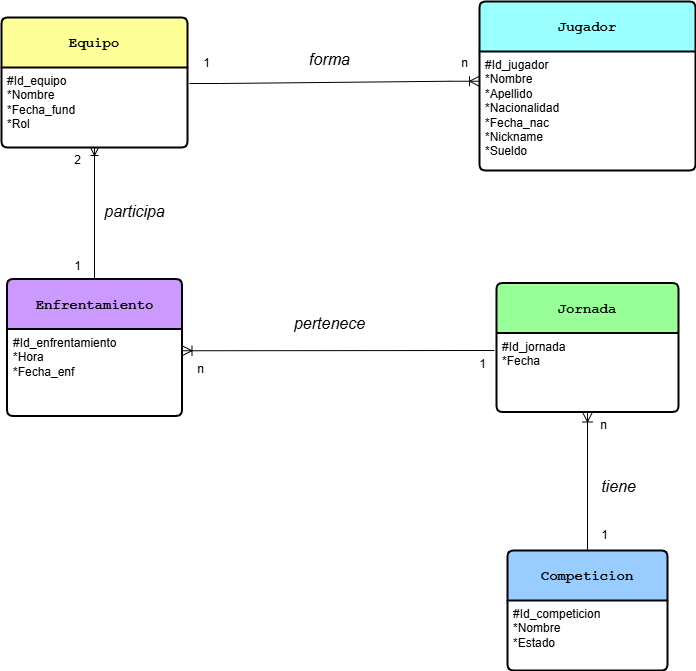
Earlier version of the draw.io export Base de datos/MER.png (EquipoDFIID/Fase3). Source tidied: cells renumbered, new cells last; positions are measured from the earlier drawing's top-left corner, leaving out a move shared by most shapes.
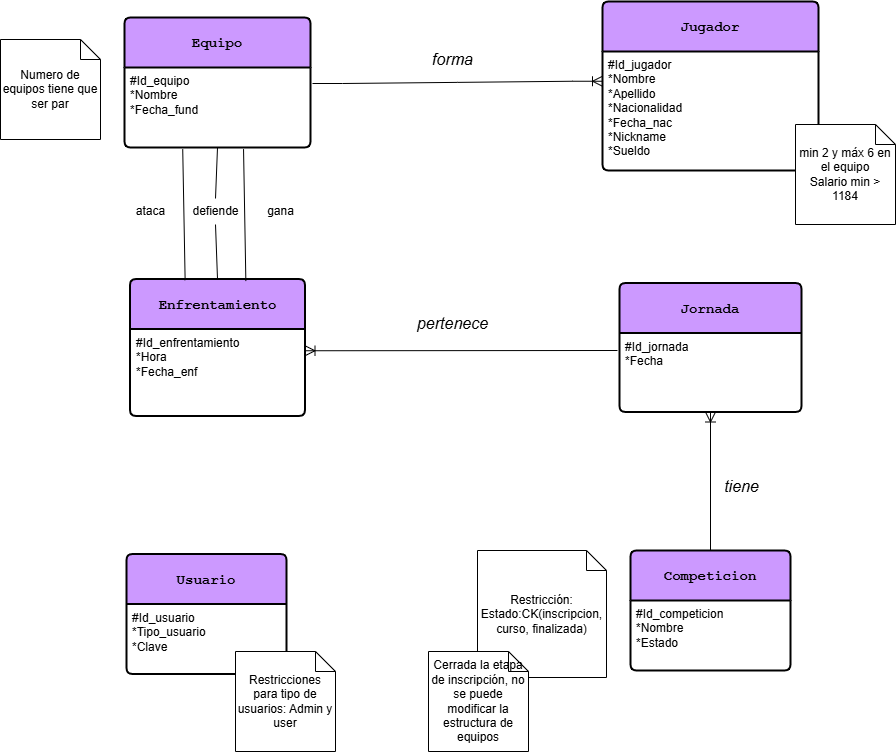
The same diagram one commit later.

Commit message:
Modificación del MER y ER

Subo el MER y el ER correctos.

The edit, as a diff of the source:
```diff
@@ -2,7 +2,7 @@
   <root>
     <mxCell id="0" />
     <mxCell id="1" parent="0" />
-    <mxCell id="2" value="&lt;font face=&quot;Courier New&quot;&gt;&lt;b&gt;Jugador&lt;/b&gt;&lt;/font&gt;" style="swimlane;horizontal=1;startSize=50;rounded=1;fontSize=14;fontStyle=0;strokeWidth=2;shadow=0;dashed=0;align=center;arcSize=4;whiteSpace=wrap;html=1;fillColor=#99FFFF;" parent="1" vertex="1">
+    <mxCell id="2" value="&lt;font face=&quot;Courier New&quot;&gt;&lt;b&gt;Jugador&lt;/b&gt;&lt;/font&gt;" style="swimlane;horizontal=1;startSize=50;rounded=1;fontSize=14;fontStyle=0;strokeWidth=2;shadow=0;dashed=0;align=center;arcSize=4;whiteSpace=wrap;html=1;fillColor=#CC99FF;" parent="1" vertex="1">
       <mxGeometry x="478" width="216" height="169" as="geometry" />
     </mxCell>
     <mxCell id="3" value="#Id_jugador&lt;br&gt;*Nombre&lt;br&gt;*Apellido&lt;div&gt;*Nacionalidad&lt;/div&gt;&lt;div&gt;*Fecha_nac&lt;/div&gt;&lt;div&gt;*Nickname&lt;/div&gt;&lt;div&gt;*Sueldo&lt;br&gt;&lt;br&gt;&lt;/div&gt;" style="align=left;strokeColor=none;fillColor=none;spacingLeft=4;spacingRight=4;fontSize=12;verticalAlign=top;html=1;whiteSpace=wrap;" parent="2" vertex="1">
@@ -14,13 +14,13 @@
     <mxCell id="5" value="#Id_enfrentamiento&lt;br&gt;*Hora&lt;br&gt;*Fecha_enf&lt;div&gt;&lt;br&gt;&lt;/div&gt;" style="align=left;strokeColor=none;fillColor=none;spacingLeft=4;spacingRight=4;fontSize=12;verticalAlign=top;html=1;whiteSpace=wrap;" parent="4" vertex="1">
       <mxGeometry y="50" width="175" height="87" as="geometry" />
     </mxCell>
-    <mxCell id="6" value="&lt;font face=&quot;Courier New&quot;&gt;&lt;b&gt;Jornada&lt;/b&gt;&lt;/font&gt;" style="swimlane;horizontal=1;startSize=50;rounded=1;fontSize=14;fontStyle=0;strokeWidth=2;shadow=0;dashed=0;align=center;arcSize=4;whiteSpace=wrap;html=1;fillColor=#99FF99;" parent="1" vertex="1">
+    <mxCell id="6" value="&lt;font face=&quot;Courier New&quot;&gt;&lt;b&gt;Jornada&lt;/b&gt;&lt;/font&gt;" style="swimlane;horizontal=1;startSize=50;rounded=1;fontSize=14;fontStyle=0;strokeWidth=2;shadow=0;dashed=0;align=center;arcSize=4;whiteSpace=wrap;html=1;fillColor=#CC99FF;" parent="1" vertex="1">
       <mxGeometry x="495" y="281.5" width="182" height="129" as="geometry" />
     </mxCell>
     <mxCell id="7" value="#Id_jornada&lt;br&gt;*Fecha&lt;div&gt;&lt;br/&gt;&lt;/div&gt;" style="align=left;strokeColor=none;fillColor=none;spacingLeft=4;spacingRight=4;fontSize=12;verticalAlign=top;html=1;whiteSpace=wrap;" parent="6" vertex="1">
       <mxGeometry y="50" width="182" height="79" as="geometry" />
     </mxCell>
-    <mxCell id="8" value="&lt;font face=&quot;Courier New&quot;&gt;&lt;b&gt;Competicion&lt;/b&gt;&lt;/font&gt;" style="swimlane;horizontal=1;startSize=50;rounded=1;fontSize=14;fontStyle=0;strokeWidth=2;shadow=0;dashed=0;align=center;arcSize=4;whiteSpace=wrap;html=1;fillColor=#99CCFF;" parent="1" vertex="1">
+    <mxCell id="8" value="&lt;font face=&quot;Courier New&quot;&gt;&lt;b&gt;Competicion&lt;/b&gt;&lt;/font&gt;" style="swimlane;horizontal=1;startSize=50;rounded=1;fontSize=14;fontStyle=0;strokeWidth=2;shadow=0;dashed=0;align=center;arcSize=4;whiteSpace=wrap;html=1;fillColor=#CC99FF;" parent="1" vertex="1">
       <mxGeometry x="506" y="549" width="160" height="120" as="geometry" />
     </mxCell>
     <mxCell id="9" value="#Id_competicion&lt;br&gt;*Nombre&lt;br&gt;*Estado" style="align=left;strokeColor=none;fillColor=none;spacingLeft=4;spacingRight=4;fontSize=12;verticalAlign=top;html=1;whiteSpace=wrap;" parent="8" vertex="1">
@@ -34,9 +34,6 @@
     <mxCell id="11" value="&lt;i&gt;forma&lt;/i&gt;" style="text;html=1;align=center;verticalAlign=middle;strokeColor=none;fillColor=none;fontSize=16;" parent="1" vertex="1">
       <mxGeometry x="298" y="42" width="59" height="31" as="geometry" />
     </mxCell>
-    <mxCell id="12" value="&lt;i&gt;participa&lt;/i&gt;" style="text;html=1;align=center;verticalAlign=middle;strokeColor=none;fillColor=none;fontSize=16;" parent="1" vertex="1">
-      <mxGeometry x="94" y="194" width="78" height="31" as="geometry" />
-    </mxCell>
     <mxCell id="13" style="fontSize=12;html=1;endArrow=ERoneToMany;rounded=0;startSize=8;endSize=8;entryX=1;entryY=0.25;entryDx=0;entryDy=0;" parent="1" edge="1" target="5">
       <mxGeometry relative="1" as="geometry">
         <mxPoint x="493" y="349" as="sourcePoint" />
@@ -51,38 +48,53 @@
     <mxCell id="16" value="&lt;i&gt;tiene&lt;/i&gt;" style="text;html=1;align=center;verticalAlign=middle;strokeColor=none;fillColor=none;fontSize=16;" parent="1" vertex="1">
       <mxGeometry x="590" y="469" width="53" height="31" as="geometry" />
     </mxCell>
-    <mxCell id="17" value="&lt;font face=&quot;Courier New&quot;&gt;&lt;b&gt;Equipo&lt;/b&gt;&lt;/font&gt;" style="swimlane;horizontal=1;startSize=50;rounded=1;fontSize=14;fontStyle=0;strokeWidth=2;shadow=0;dashed=0;align=center;arcSize=4;whiteSpace=wrap;html=1;fillColor=#FFFF99;" parent="1" vertex="1">
+    <mxCell id="17" value="&lt;font face=&quot;Courier New&quot;&gt;&lt;b&gt;Equipo&lt;/b&gt;&lt;/font&gt;" style="swimlane;horizontal=1;startSize=50;rounded=1;fontSize=14;fontStyle=0;strokeWidth=2;shadow=0;dashed=0;align=center;arcSize=4;whiteSpace=wrap;html=1;fillColor=#CC99FF;" parent="1" vertex="1">
       <mxGeometry y="16" width="186" height="130" as="geometry" />
     </mxCell>
-    <mxCell id="18" value="#Id_equipo&lt;br&gt;*Nombre&lt;br&gt;*Fecha_fund&lt;div&gt;*Rol&lt;/div&gt;" style="align=left;strokeColor=none;fillColor=none;spacingLeft=4;spacingRight=4;fontSize=12;verticalAlign=top;html=1;whiteSpace=wrap;" parent="17" vertex="1">
+    <mxCell id="18" value="#Id_equipo&lt;br&gt;*Nombre&lt;br&gt;*Fecha_fund&lt;div&gt;&lt;br&gt;&lt;/div&gt;" style="align=left;strokeColor=none;fillColor=none;spacingLeft=4;spacingRight=4;fontSize=12;verticalAlign=top;html=1;whiteSpace=wrap;" parent="17" vertex="1">
       <mxGeometry y="50" width="186" height="80" as="geometry" />
     </mxCell>
-    <mxCell id="19" style="fontSize=12;html=1;endArrow=ERoneToMany;rounded=0;entryX=0.5;entryY=1;entryDx=0;entryDy=0;exitX=0.5;exitY=0;exitDx=0;exitDy=0;" parent="1" edge="1" source="4" target="18">
-      <mxGeometry relative="1" as="geometry" />
-    </mxCell>
-    <mxCell id="20" value="2" style="text;html=1;align=center;verticalAlign=middle;strokeColor=none;fillColor=none;" parent="1" vertex="1">
-      <mxGeometry x="63" y="146" width="25" height="26" as="geometry" />
-    </mxCell>
-    <mxCell id="21" value="1" style="text;html=1;align=center;verticalAlign=middle;strokeColor=none;fillColor=none;" parent="1" vertex="1">
-      <mxGeometry x="63" y="251.5" width="25" height="26" as="geometry" />
-    </mxCell>
-    <mxCell id="22" value="1" style="text;html=1;align=center;verticalAlign=middle;strokeColor=none;fillColor=none;" parent="1" vertex="1">
-      <mxGeometry x="192" y="49" width="25" height="26" as="geometry" />
-    </mxCell>
-    <mxCell id="23" value="n" style="text;html=1;align=center;verticalAlign=middle;strokeColor=none;fillColor=none;" parent="1" vertex="1">
-      <mxGeometry x="450" y="49" width="25" height="26" as="geometry" />
-    </mxCell>
-    <mxCell id="24" value="n" style="text;html=1;align=center;verticalAlign=middle;strokeColor=none;fillColor=none;" parent="1" vertex="1">
-      <mxGeometry x="186" y="355" width="25" height="26" as="geometry" />
-    </mxCell>
-    <mxCell id="25" value="1" style="text;html=1;align=center;verticalAlign=middle;strokeColor=none;fillColor=none;" parent="1" vertex="1">
-      <mxGeometry x="468" y="350" width="25" height="26" as="geometry" />
-    </mxCell>
-    <mxCell id="26" value="1" style="text;html=1;align=center;verticalAlign=middle;strokeColor=none;fillColor=none;" parent="1" vertex="1">
-      <mxGeometry x="590" y="521" width="25" height="26" as="geometry" />
-    </mxCell>
-    <mxCell id="27" value="n" style="text;html=1;align=center;verticalAlign=middle;strokeColor=none;fillColor=none;" parent="1" vertex="1">
-      <mxGeometry x="589" y="411" width="25" height="26" as="geometry" />
-    </mxCell>
+    <mxCell id="28" value="Numero de equipos tiene que ser par" style="shape=note;size=20;whiteSpace=wrap;html=1;" parent="1" vertex="1">
+      <mxGeometry x="-124" y="38" width="100" height="100" as="geometry" />
+    </mxCell>
+    <mxCell id="29" value="min 2 y máx 6 en el equipo&lt;br&gt;Salario min &amp;gt; 1184" style="shape=note;size=20;whiteSpace=wrap;html=1;" parent="1" vertex="1">
+      <mxGeometry x="671" y="123" width="100" height="100" as="geometry" />
+    </mxCell>
+    <mxCell id="30" value="Restricción: Estado:CK(inscripcion, curso, finalizada)" style="shape=note;size=20;whiteSpace=wrap;html=1;" parent="1" vertex="1">
+      <mxGeometry x="353" y="549" width="129" height="127" as="geometry" />
+    </mxCell>
+    <mxCell id="31" value="Cerrada la etapa de inscripción, no se puede modificar la estructura de equipos" style="shape=note;size=20;whiteSpace=wrap;html=1;" parent="1" vertex="1">
+      <mxGeometry x="304" y="650" width="100" height="100" as="geometry" />
+    </mxCell>
+    <mxCell id="32" value="gana" style="text;html=1;align=center;verticalAlign=middle;strokeColor=none;fillColor=none;" parent="1" vertex="1">
+      <mxGeometry x="133" y="197" width="45" height="26" as="geometry" />
+    </mxCell>
+    <mxCell id="33" style="endArrow=none;html=1;rounded=0;exitX=0.313;exitY=1.02;exitDx=0;exitDy=0;exitPerimeter=0;entryX=0.315;entryY=0.009;entryDx=0;entryDy=0;entryPerimeter=0;" parent="1" edge="1" source="18" target="4">
+      <mxGeometry relative="1" as="geometry" />
+    </mxCell>
+    <mxCell id="34" value="ataca" style="text;html=1;align=center;verticalAlign=middle;strokeColor=none;fillColor=none;" parent="1" vertex="1">
+      <mxGeometry x="2" y="197" width="47" height="26" as="geometry" />
+    </mxCell>
+    <mxCell id="35" style="endArrow=none;html=1;rounded=0;exitX=0.5;exitY=1;exitDx=0;exitDy=0;entryX=0.5;entryY=0;entryDx=0;entryDy=0;" parent="1" edge="1" source="38" target="4">
+      <mxGeometry relative="1" as="geometry" />
+    </mxCell>
+    <mxCell id="36" style="endArrow=none;html=1;rounded=0;exitX=0.64;exitY=1.02;exitDx=0;exitDy=0;exitPerimeter=0;entryX=0.662;entryY=0.015;entryDx=0;entryDy=0;entryPerimeter=0;" parent="1" edge="1" source="18" target="4">
+      <mxGeometry relative="1" as="geometry" />
+    </mxCell>
+    <mxCell id="37" style="endArrow=none;html=1;rounded=0;exitX=0.5;exitY=1;exitDx=0;exitDy=0;entryX=0.5;entryY=0;entryDx=0;entryDy=0;" parent="1" edge="1" source="18" target="38">
+      <mxGeometry relative="1" as="geometry" />
+    </mxCell>
+    <mxCell id="38" value="defiende" style="text;html=1;align=center;verticalAlign=middle;points=[];strokeColor=none;fillColor=none;" parent="1" vertex="1">
+      <mxGeometry x="59" y="197" width="64" height="26" as="geometry" />
+    </mxCell>
+    <mxCell id="39" value="&lt;font face=&quot;Courier New&quot;&gt;&lt;b&gt;Usuario&lt;/b&gt;&lt;/font&gt;" style="swimlane;horizontal=1;startSize=50;rounded=1;fontSize=14;fontStyle=0;strokeWidth=2;shadow=0;dashed=0;align=center;arcSize=4;whiteSpace=wrap;html=1;fillColor=#CC99FF;" parent="1" vertex="1">
+      <mxGeometry x="2" y="552.5" width="160" height="120" as="geometry" />
+    </mxCell>
+    <mxCell id="40" value="#Id_usuario&lt;br&gt;*Tipo_usuario&lt;br&gt;*Clave" style="align=left;strokeColor=none;fillColor=none;spacingLeft=4;spacingRight=4;fontSize=12;verticalAlign=top;html=1;whiteSpace=wrap;" parent="39" vertex="1">
+      <mxGeometry y="50" width="160" height="70" as="geometry" />
+    </mxCell>
+    <mxCell id="41" value="Restricciones para tipo de usuarios: Admin y user" style="shape=note;size=20;whiteSpace=wrap;html=1;" parent="1" vertex="1">
+      <mxGeometry x="111" y="650" width="100" height="100" as="geometry" />
+    </mxCell>
   </root>
 </mxGraphModel>
```
